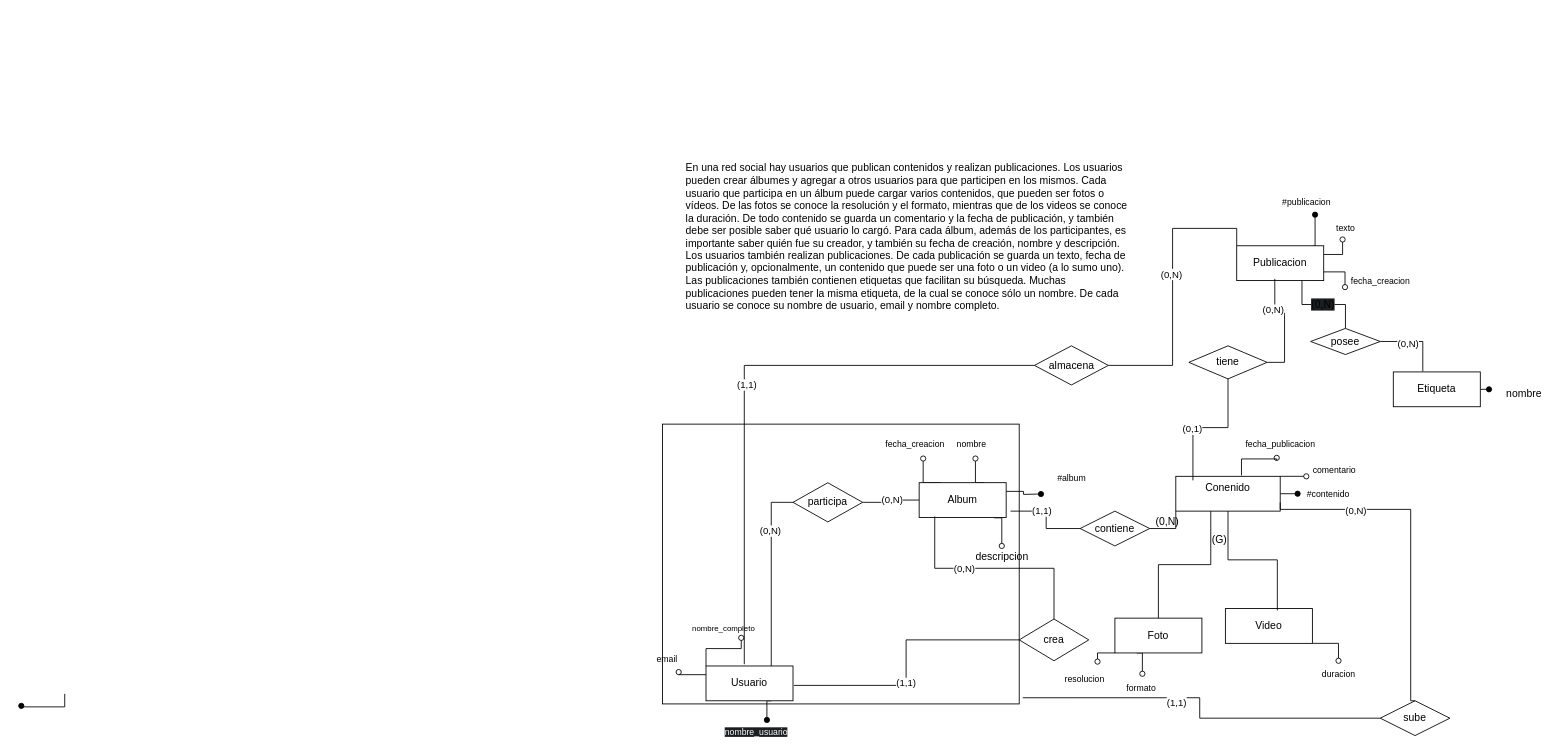
Earlier version of the draw.io diagram Practicas-Resueltas/Practica-1/Ejercicio9Parte2.drawio (massimoparzanese/Bases-de-Datos-1-2025). Source tidied: cells renumbered, new cells numbered last; positions are measured from the earlier drawing's top-left corner, leaving out a move shared by most shapes. Both pictures are drawn from the tidied source at 87%, with x=0, y=0 at pixel (21, 154).
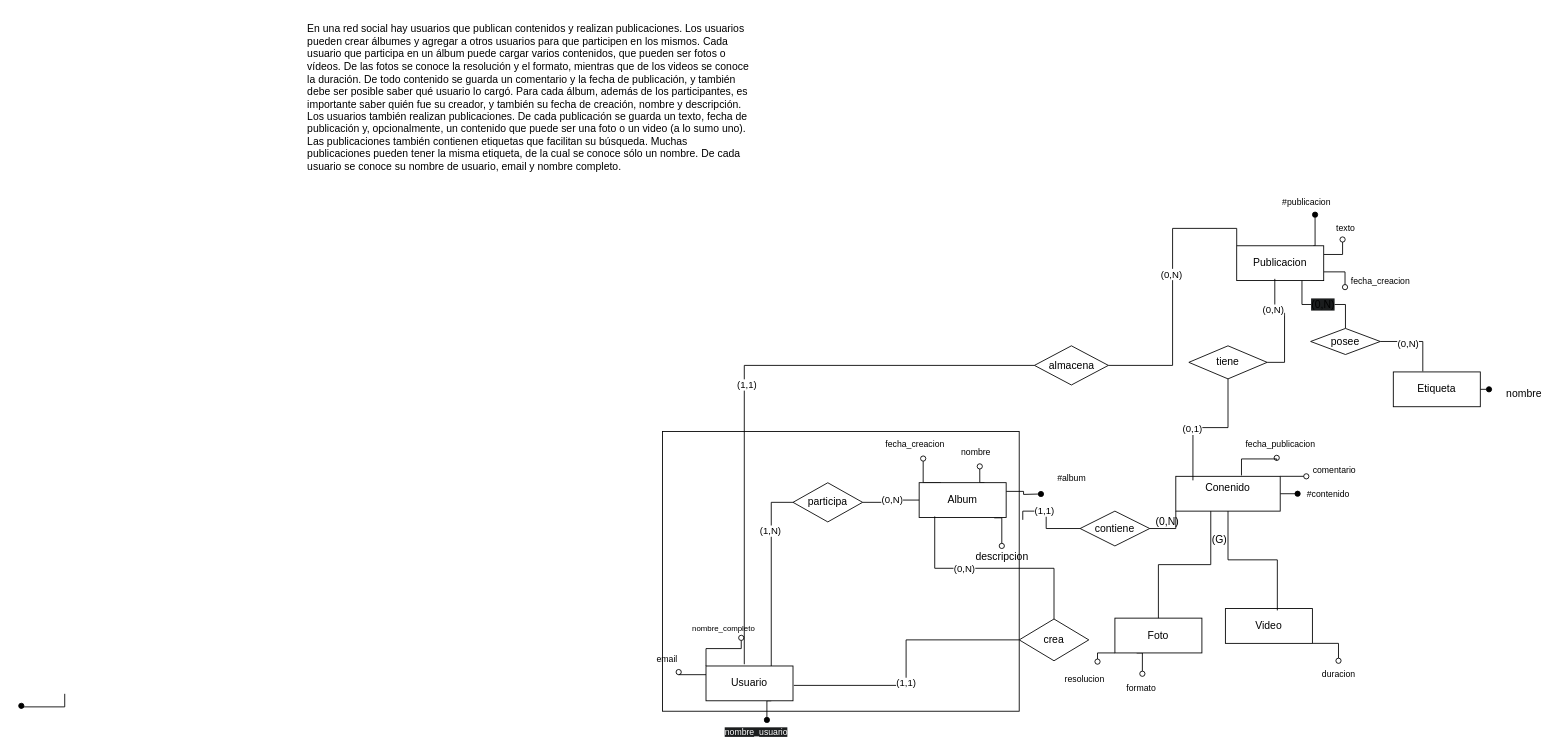
The same page after the edit.

The change refers to these unchanged cells:
```xml
<mxCell id="11" value="Conenido&lt;div&gt;&lt;br&gt;&lt;/div&gt;" style="whiteSpace=wrap;html=1;align=center;" parent="1" vertex="1">
  <mxGeometry x="1327" y="370" width="120" height="40" as="geometry" />
</mxCell>
<mxCell id="36" style="edgeStyle=orthogonalEdgeStyle;rounded=0;jettySize=auto;html=1;exitX=0;exitY=0.5;exitDx=0;exitDy=0;entryX=0.75;entryY=0;entryDx=0;entryDy=0;endArrow=none;endFill=0;" parent="1" edge="1" source="38" target="28">
  <mxGeometry relative="1" as="geometry" />
</mxCell>
<mxCell id="43" value="contiene" style="shape=rhombus;perimeter=rhombusPerimeter;whiteSpace=wrap;html=1;align=center;" parent="1" vertex="1">
  <mxGeometry x="1217" y="410" width="80" height="40" as="geometry" />
</mxCell>
```

Change to the diagram source:
```diff
@@
+    <mxCell id="83" style="rounded=0;whiteSpace=wrap;html=1;fillColor=none;" parent="1" vertex="1">
+      <mxGeometry x="737" y="318.4" width="410" height="321.6" as="geometry" />
+    </mxCell>
     <mxCell id="2" value="&lt;div&gt;En una red social hay usuarios que publican contenidos y realizan publicaciones. Los usuarios&lt;/div&gt;&lt;div&gt;pueden crear álbumes y agregar a otros usuarios para que participen en los mismos. Cada&lt;/div&gt;&lt;div&gt;usuario que participa en un álbum puede cargar varios contenidos, que pueden ser fotos o&lt;/div&gt;&lt;div&gt;vídeos. De las fotos se conoce la resolución y el formato, mientras que de los videos se conoce&lt;/div&gt;&lt;div&gt;la duración. De todo contenido se guarda un comentario y la fecha de publicación, y también&lt;/div&gt;&lt;div&gt;debe ser posible saber qué usuario lo cargó. Para cada álbum, además de los participantes, es&lt;/div&gt;&lt;div&gt;importante saber quién fue su creador, y también su fecha de creación, nombre y descripción.&lt;/div&gt;&lt;div&gt;Los usuarios también realizan publicaciones. De cada publicación se guarda un texto, fecha de&lt;/div&gt;&lt;div&gt;publicación y, opcionalmente, un contenido que puede ser una foto o un video (a lo sumo uno).&lt;/div&gt;&lt;div&gt;Las publicaciones también contienen etiquetas que facilitan su búsqueda. Muchas&lt;/div&gt;&lt;div&gt;publicaciones pueden tener la misma etiqueta, de la cual se conoce sólo un nombre. De cada&lt;/div&gt;&lt;div&gt;usuario se conoce su nombre de usuario, email y nombre completo.&lt;/div&gt;" style="text;html=1;align=left;verticalAlign=middle;strokeColor=none;fillColor=none;" parent="1" vertex="1">
-      <mxGeometry x="762" width="530" height="190" as="geometry" />
+      <mxGeometry x="327" y="-160" width="530" height="190" as="geometry" />
     </mxCell>
@@
-    <mxCell id="25" style="edgeStyle=orthogonalEdgeStyle;rounded=0;jettySize=auto;html=1;endArrow=none;endFill=0;entryX=0;entryY=0.5;entryDx=0;entryDy=0;exitX=1.01;exitY=0.978;exitDx=0;exitDy=0;exitPerimeter=0;" parent="1" edge="1" source="83" target="50">
-      <mxGeometry relative="1" as="geometry" />
-    </mxCell>
-    <mxCell id="26" value="(1,1)" style="edgeLabel;html=1;align=center;verticalAlign=middle;" parent="25" vertex="1">
-      <mxGeometry x="-0.19" y="-5" relative="1" as="geometry" />
-    </mxCell>
@@
-    <mxCell id="37" value="(0,N)" style="edgeLabel;html=1;align=center;verticalAlign=middle;" parent="36" vertex="1">
+    <mxCell id="37" value="(1,N)" style="edgeLabel;html=1;align=center;verticalAlign=middle;" parent="36" vertex="1">
       <mxGeometry x="-0.46" y="-2" relative="1" as="geometry" />
     </mxCell>
@@
-    <mxCell id="41" style="edgeStyle=orthogonalEdgeStyle;rounded=0;jettySize=auto;html=1;exitX=0;exitY=0.5;exitDx=0;exitDy=0;endArrow=none;endFill=0;" parent="1" edge="1" source="43">
+    <mxCell id="41" style="edgeStyle=orthogonalEdgeStyle;rounded=0;jettySize=auto;html=1;exitX=0;exitY=0.5;exitDx=0;exitDy=0;endArrow=none;endFill=0;fillColor=none;entryX=1.01;entryY=0.316;entryDx=0;entryDy=0;entryPerimeter=0;" parent="1" edge="1" source="43" target="83">
       <mxGeometry relative="1" as="geometry">
-        <mxPoint x="1137" y="410" as="targetPoint" />
         <Array as="points">
           <mxPoint x="1178" y="430" />
           <mxPoint x="1178" y="410" />
+          <mxPoint x="1151" y="410" />
         </Array>
       </mxGeometry>
     </mxCell>
@@
     <mxCell id="45" value="nombre" style="text;html=1;align=center;verticalAlign=middle;points=[];strokeColor=none;fillColor=none;fontSize=10;" parent="1" vertex="1">
-      <mxGeometry x="1062" y="318.4" width="60" height="30" as="geometry" />
+      <mxGeometry x="1067" y="327.4" width="60" height="30" as="geometry" />
     </mxCell>
@@
-    <mxCell id="50" value="sube" style="shape=rhombus;perimeter=rhombusPerimeter;whiteSpace=wrap;html=1;align=center;" parent="1" vertex="1">
-      <mxGeometry x="1562" y="628" width="80" height="40" as="geometry" />
-    </mxCell>
-    <mxCell id="51" style="edgeStyle=orthogonalEdgeStyle;rounded=0;jettySize=auto;html=1;exitX=0.5;exitY=0;exitDx=0;exitDy=0;entryX=1;entryY=0.75;entryDx=0;entryDy=0;endArrow=none;endFill=0;" parent="1" edge="1" source="50" target="11">
-      <mxGeometry relative="1" as="geometry">
-        <Array as="points">
-          <mxPoint x="1597" y="408" />
-          <mxPoint x="1447" y="408" />
-        </Array>
-      </mxGeometry>
-    </mxCell>
-    <mxCell id="52" value="(0,N)" style="edgeLabel;html=1;align=center;verticalAlign=middle;" parent="51" vertex="1">
-      <mxGeometry x="0.51" y="1" relative="1" as="geometry" />
-    </mxCell>
@@
-    <mxCell id="83" style="rounded=0;whiteSpace=wrap;html=1;fillColor=none;" parent="1" vertex="1">
-      <mxGeometry x="737" y="310" width="410" height="321.6" as="geometry" />
-    </mxCell>
```
